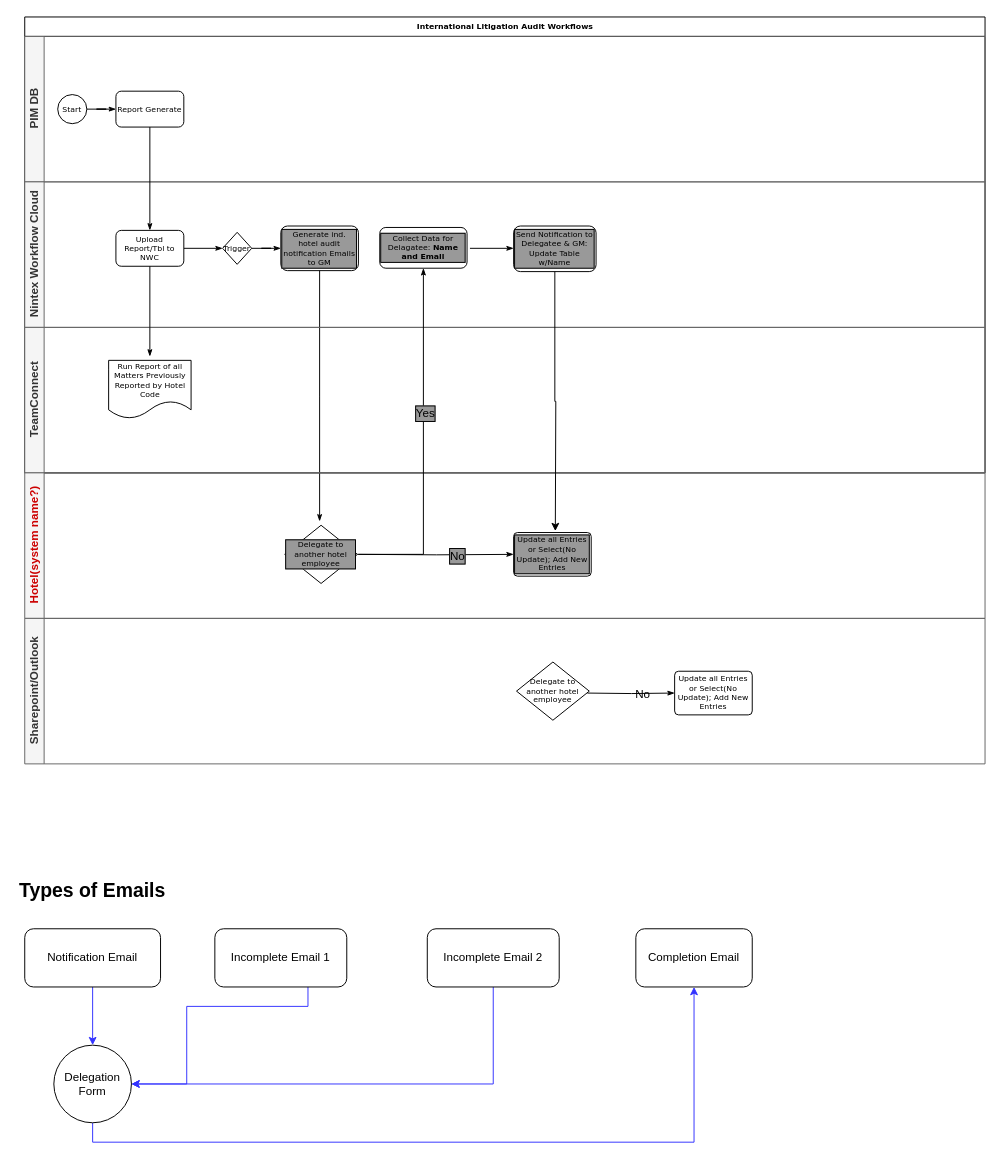
The draw.io diagram page "Data Flow" (1 of 4) of Nintex Workflow Cloud.drawio in ednat14/edna, before the edit. Source tidied: cells renumbered, new cells numbered last; positions are measured from the earlier drawing's top-left corner, leaving out a move shared by most shapes. Both pictures are drawn from the tidied source at 97%, with x=0, y=0 at pixel (16, 16).
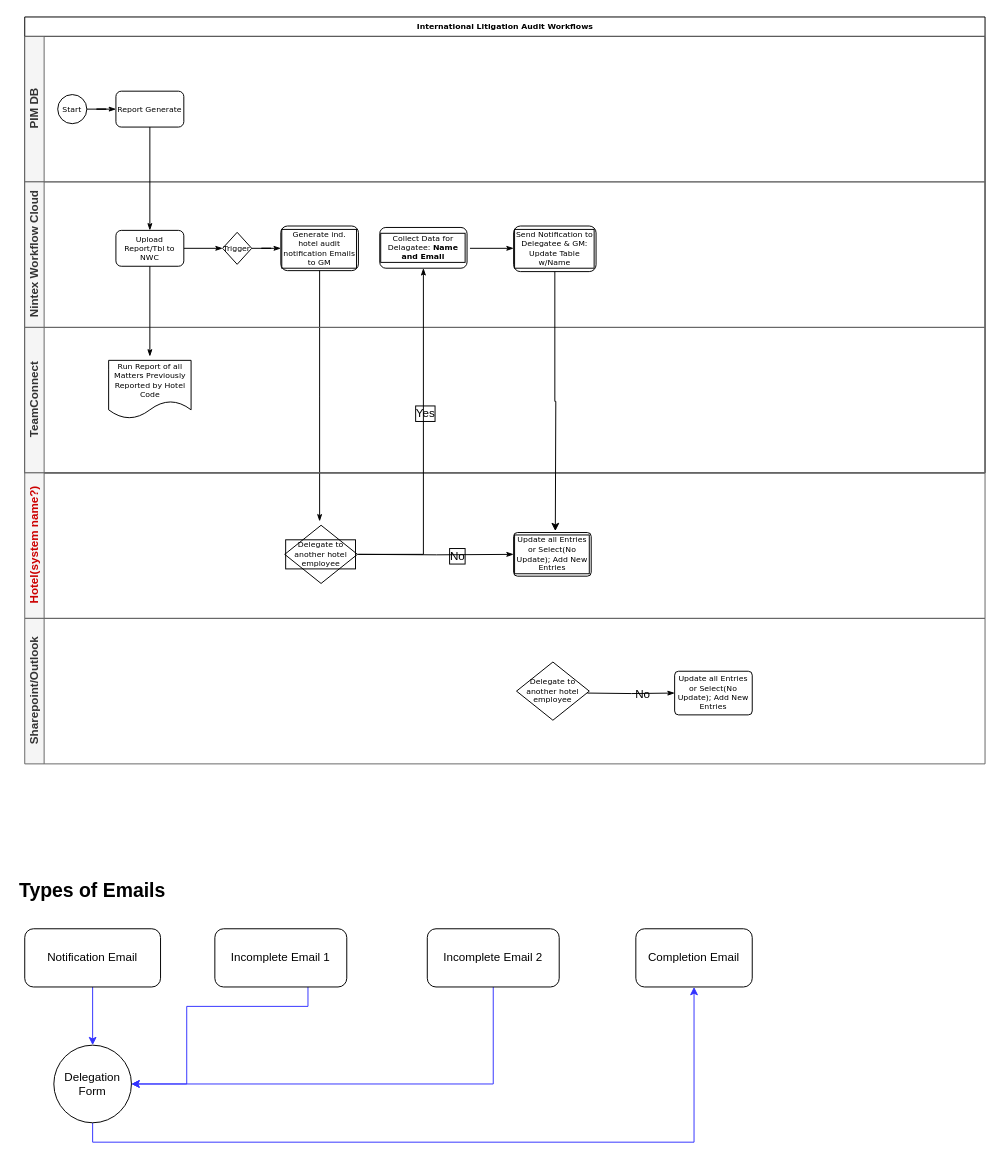
Above is the later version.

The change refers to these unchanged cells:
```xml
<mxCell id="7" value="Nintex Workflow Cloud" style="swimlane;html=1;startSize=20;horizontal=0;fillColor=#f5f5f5;strokeColor=#666666;fontColor=#333333;" parent="2" vertex="1">
  <mxGeometry y="170" width="990" height="150" as="geometry" />
</mxCell>
<mxCell id="21" value="&lt;font color=&quot;#cc0000&quot;&gt;Hotel(system name?)&lt;/font&gt;" style="swimlane;html=1;startSize=20;horizontal=0;fillColor=#f5f5f5;strokeColor=#666666;fontColor=#333333;" parent="1" vertex="1">
  <mxGeometry x="8" y="470" width="990" height="150" as="geometry" />
</mxCell>
<mxCell id="23" style="edgeStyle=orthogonalEdgeStyle;rounded=0;html=1;labelBackgroundColor=#999999;startArrow=none;startFill=0;startSize=5;endArrow=classicThin;endFill=1;endSize=5;jettySize=auto;strokeColor=#000000;strokeWidth=1;fontFamily=Verdana;fontSize=8;fontColor=#000000;labelBorderColor=#000000;" parent="21" edge="1" target="25">
  <mxGeometry relative="1" as="geometry">
    <mxPoint x="344" y="84" as="sourcePoint" />
  </mxGeometry>
</mxCell>
<mxCell id="26" style="edgeStyle=orthogonalEdgeStyle;rounded=0;html=1;labelBackgroundColor=#999999;startArrow=none;startFill=0;startSize=5;endArrow=classicThin;endFill=1;endSize=5;jettySize=auto;strokeColor=#000000;strokeWidth=1;fontFamily=Verdana;fontSize=8;fontColor=#000000;exitX=1;exitY=0.5;exitDx=0;exitDy=0;exitPerimeter=0;labelBorderColor=#000000;" parent="1" edge="1" source="22" target="14">
  <mxGeometry relative="1" as="geometry" />
</mxCell>
```

Diff of the diagram source:
```diff
@@
-    <mxCell id="11" value="Generate ind. hotel audit notification Emails to GM" style="rounded=1;whiteSpace=wrap;html=1;shadow=0;labelBackgroundColor=#999999;strokeColor=#000000;strokeWidth=1;fillColor=#ffffff;fontFamily=Verdana;fontSize=8;fontColor=#000000;align=center;labelBorderColor=#000000;" parent="7" vertex="1">
+    <mxCell id="11" value="Generate ind. hotel audit notification Emails to GM" style="rounded=1;whiteSpace=wrap;html=1;shadow=0;labelBackgroundColor=none;strokeColor=#000000;strokeWidth=1;fillColor=#ffffff;fontFamily=Verdana;fontSize=8;fontColor=#000000;align=center;labelBorderColor=#000000;" parent="7" vertex="1">
       <mxGeometry x="264" y="45.5" width="80" height="46" as="geometry" />
     </mxCell>
@@
-    <mxCell id="14" value="Collect Data for Delagatee: &lt;b&gt;Name and Email&lt;/b&gt;" style="rounded=1;whiteSpace=wrap;html=1;shadow=0;labelBackgroundColor=#999999;strokeColor=#000000;strokeWidth=1;fillColor=#ffffff;fontFamily=Verdana;fontSize=8;fontColor=#000000;align=center;labelBorderColor=#000000;" parent="7" vertex="1">
+    <mxCell id="14" value="Collect Data for Delagatee: &lt;b&gt;Name and Email&lt;/b&gt;" style="rounded=1;whiteSpace=wrap;html=1;shadow=0;labelBackgroundColor=none;strokeColor=#000000;strokeWidth=1;fillColor=#ffffff;fontFamily=Verdana;fontSize=8;fontColor=#000000;align=center;labelBorderColor=#000000;" parent="7" vertex="1">
       <mxGeometry x="366" y="47" width="90" height="42" as="geometry" />
     </mxCell>
@@
-    <mxCell id="16" value="Send Notification to Delegatee &amp;amp; GM: Update Table w/Name" style="rounded=1;whiteSpace=wrap;html=1;shadow=0;labelBackgroundColor=#999999;strokeColor=#000000;strokeWidth=1;fillColor=#ffffff;fontFamily=Verdana;fontSize=8;fontColor=#000000;align=center;labelBorderColor=#000000;" parent="7" vertex="1">
+    <mxCell id="16" value="Send Notification to Delegatee &amp;amp; GM: Update Table w/Name" style="rounded=1;whiteSpace=wrap;html=1;shadow=0;labelBackgroundColor=none;strokeColor=#000000;strokeWidth=1;fillColor=#ffffff;fontFamily=Verdana;fontSize=8;fontColor=#000000;align=center;labelBorderColor=#000000;" parent="7" vertex="1">
       <mxGeometry x="504" y="45.5" width="85" height="47" as="geometry" />
     </mxCell>
@@
-    <mxCell id="22" value="Delegate to another hotel employee" style="strokeWidth=1;html=1;shape=mxgraph.flowchart.decision;whiteSpace=wrap;rounded=1;shadow=0;labelBackgroundColor=#999999;fillColor=#ffffff;fontFamily=Verdana;fontSize=8;fontColor=#000000;align=center;labelBorderColor=#000000;" parent="21" vertex="1">
+    <mxCell id="22" value="Delegate to another hotel employee" style="strokeWidth=1;html=1;shape=mxgraph.flowchart.decision;whiteSpace=wrap;rounded=1;shadow=0;labelBackgroundColor=none;fillColor=#ffffff;fontFamily=Verdana;fontSize=8;fontColor=#000000;align=center;labelBorderColor=#000000;" parent="21" vertex="1">
       <mxGeometry x="268" y="54" width="75" height="60" as="geometry" />
     </mxCell>
@@
-    <mxCell id="24" value="No" style="text;html=1;align=center;verticalAlign=middle;labelBackgroundColor=#999999;labelBorderColor=#000000;" parent="23" vertex="1">
+    <mxCell id="24" value="No" style="text;html=1;align=center;verticalAlign=middle;labelBackgroundColor=none;labelBorderColor=#000000;" parent="23" vertex="1">
       <mxGeometry x="0.27" y="-1" relative="1" as="geometry" />
     </mxCell>
-    <mxCell id="25" value="Update all Entries or Select(No Update); Add New Entries" style="rounded=1;whiteSpace=wrap;html=1;shadow=0;labelBackgroundColor=#999999;strokeColor=#000000;strokeWidth=1;fillColor=#ffffff;fontFamily=Verdana;fontSize=8;fontColor=#000000;align=center;arcSize=9;labelBorderColor=#000000;" parent="21" vertex="1">
+    <mxCell id="25" value="Update all Entries or Select(No Update); Add New Entries" style="rounded=1;whiteSpace=wrap;html=1;shadow=0;labelBackgroundColor=none;strokeColor=#000000;strokeWidth=1;fillColor=#ffffff;fontFamily=Verdana;fontSize=8;fontColor=#000000;align=center;arcSize=9;labelBorderColor=#000000;" parent="21" vertex="1">
       <mxGeometry x="504" y="61.5" width="80" height="45" as="geometry" />
     </mxCell>
@@
-    <mxCell id="27" value="Yes" style="text;html=1;align=center;verticalAlign=middle;labelBackgroundColor=#999999;labelBorderColor=#000000;" parent="26" vertex="1">
+    <mxCell id="27" value="Yes" style="text;html=1;align=center;verticalAlign=middle;labelBackgroundColor=none;labelBorderColor=#000000;" parent="26" vertex="1">
       <mxGeometry x="0.18" y="-1" relative="1" as="geometry" />
     </mxCell>
```
